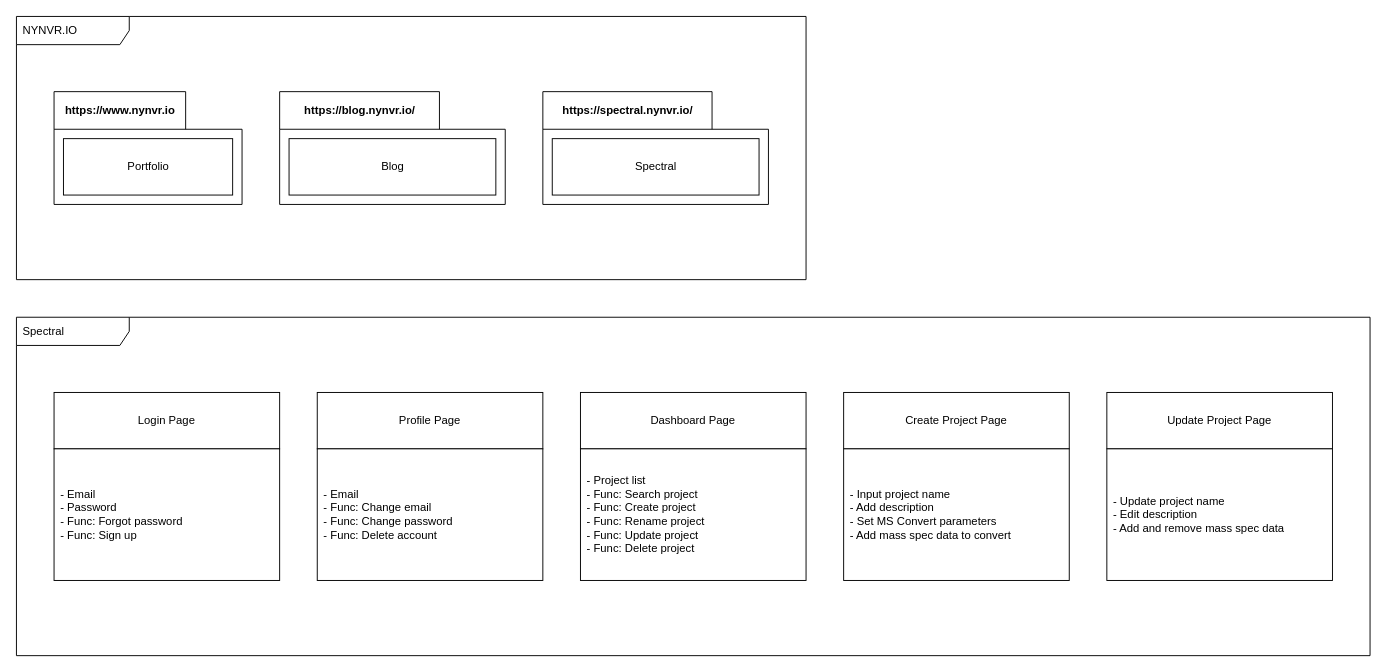
nynvr/nynvr.io keeps this draw.io diagram as docs/system-design.drawio. Above is the earlier version. Source tidied: cells renumbered, new cells numbered last; positions are measured from the earlier drawing's top-left corner, leaving out a move shared by most shapes. Both pictures are drawn from the tidied source at 94%, with x=0, y=0 at pixel (16, 16).
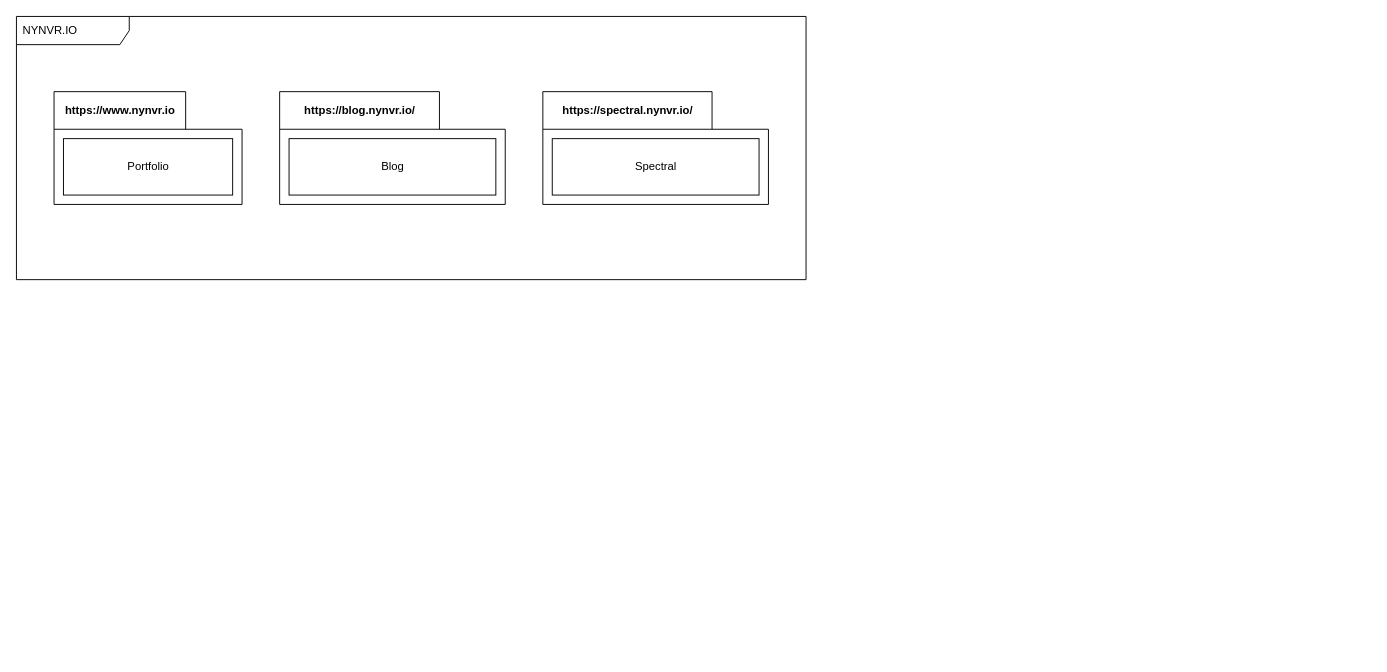
The same diagram, later.

Commit message (it also covers changes not shown here):
update docs - move spectracl out of repo;

Diff of the diagram source:
```diff
@@
-    <mxCell id="9" value="Spectral" style="shape=umlFrame;whiteSpace=wrap;html=1;width=120;height=30;boundedLbl=1;verticalAlign=middle;align=left;spacingLeft=5;" parent="1" vertex="1">
-      <mxGeometry y="320" width="1440" height="360" as="geometry" />
-    </mxCell>
-    <mxCell id="10" value="Login Page" style="rounded=0;whiteSpace=wrap;html=1;" parent="1" vertex="1">
-      <mxGeometry x="40" y="400" width="240" height="60" as="geometry" />
-    </mxCell>
-    <mxCell id="11" value="Dashboard Page" style="rounded=0;whiteSpace=wrap;html=1;" parent="1" vertex="1">
-      <mxGeometry x="600" y="400" width="240" height="60" as="geometry" />
-    </mxCell>
-    <mxCell id="12" value="- Project list&lt;br&gt;- Func: Search project&lt;br&gt;- Func: Create project&lt;br&gt;- Func:&amp;nbsp;Rename project&lt;br&gt;- Func:&amp;nbsp;Update project&lt;br&gt;- Func:&amp;nbsp;Delete project" style="rounded=0;whiteSpace=wrap;html=1;align=left;spacingTop=5;spacingLeft=5;spacingBottom=5;spacingRight=5;" parent="1" vertex="1">
-      <mxGeometry x="600" y="460" width="240" height="140" as="geometry" />
-    </mxCell>
-    <mxCell id="13" value="Create Project Page" style="rounded=0;whiteSpace=wrap;html=1;" parent="1" vertex="1">
-      <mxGeometry x="880" y="400" width="240" height="60" as="geometry" />
-    </mxCell>
-    <mxCell id="14" value="- Input project name&lt;br&gt;- Add description&lt;br&gt;- Set MS Convert parameters&lt;br&gt;- Add mass spec data to convert" style="rounded=0;whiteSpace=wrap;html=1;align=left;spacingTop=5;spacingLeft=5;spacingBottom=5;spacingRight=5;" parent="1" vertex="1">
-      <mxGeometry x="880" y="460" width="240" height="140" as="geometry" />
-    </mxCell>
-    <mxCell id="15" value="Update Project Page" style="rounded=0;whiteSpace=wrap;html=1;" parent="1" vertex="1">
-      <mxGeometry x="1160" y="400" width="240" height="60" as="geometry" />
-    </mxCell>
-    <mxCell id="16" value="- Update project name&lt;br&gt;- Edit description&lt;br&gt;- Add and remove mass spec data" style="rounded=0;whiteSpace=wrap;html=1;align=left;spacingTop=5;spacingLeft=5;spacingBottom=5;spacingRight=5;" parent="1" vertex="1">
-      <mxGeometry x="1160" y="460" width="240" height="140" as="geometry" />
-    </mxCell>
-    <mxCell id="17" value="- Email&lt;br&gt;- Password&lt;br&gt;- Func: Forgot password&lt;br&gt;- Func: Sign up" style="rounded=0;whiteSpace=wrap;html=1;align=left;spacingTop=5;spacingLeft=5;spacingBottom=5;spacingRight=5;" parent="1" vertex="1">
-      <mxGeometry x="40" y="460" width="240" height="140" as="geometry" />
-    </mxCell>
-    <mxCell id="18" value="Profile Page" style="rounded=0;whiteSpace=wrap;html=1;" parent="1" vertex="1">
-      <mxGeometry x="320" y="400" width="240" height="60" as="geometry" />
-    </mxCell>
-    <mxCell id="19" value="- Email&lt;br&gt;- Func: Change email&lt;br&gt;- Func: Change password&lt;br&gt;- Func: Delete account" style="rounded=0;whiteSpace=wrap;html=1;align=left;spacingTop=5;spacingLeft=5;spacingBottom=5;spacingRight=5;" parent="1" vertex="1">
-      <mxGeometry x="320" y="460" width="240" height="140" as="geometry" />
-    </mxCell>
```
